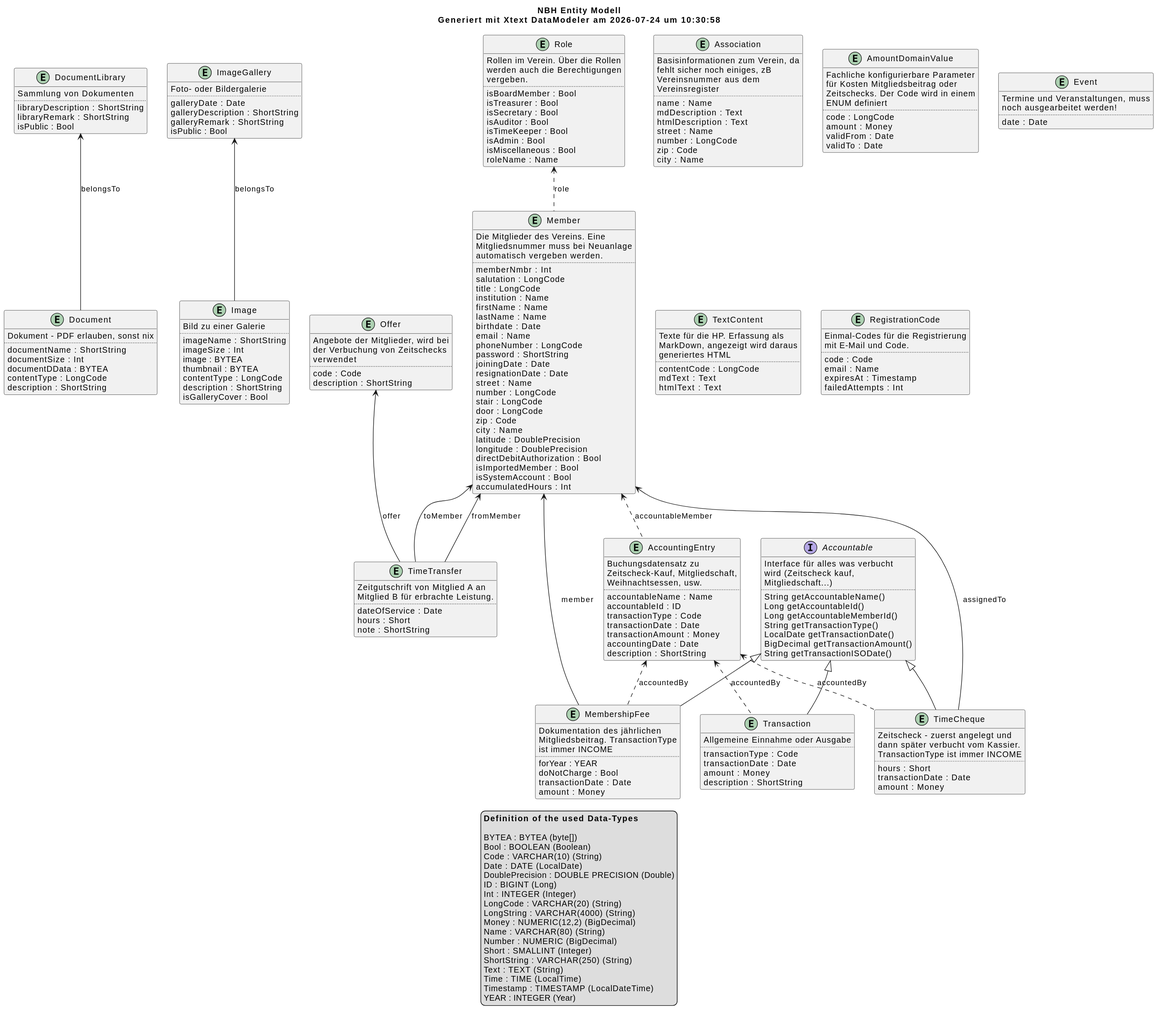
Above: NBH/NBH Entity Model.svg in nabahilfe/NBHWebApp (PlantUML), before the change.
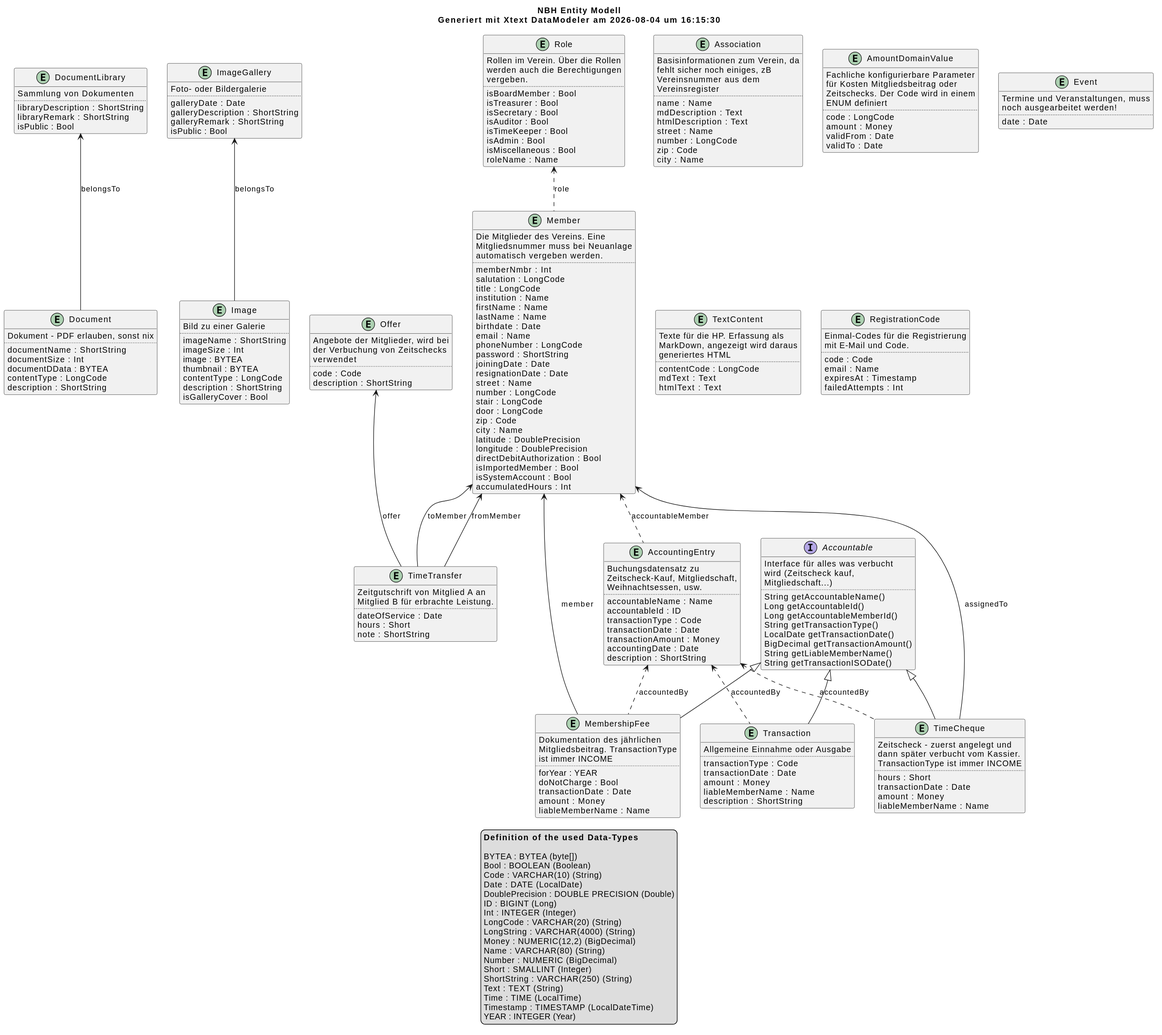
After the commit.

Commit message:
implement basics to display liable meber name #132

The edit, as a diff of the source:
```diff
@@ -4,7 +4,7 @@
 
 title
 NBH Entity Modell
-Generiert mit Xtext DataModeler am 2026-07-24 um 10:30:58
+Generiert mit Xtext DataModeler am 2026-08-04 um 16:15:30
 endtitle
 
 entity Association {
@@ -117,6 +117,7 @@
     {field} doNotCharge : Bool
     {field} transactionDate : Date
     {field} amount : Money
+    {field} liableMemberName : Name
 }
 entity TimeTransfer {
     Zeitgutschrift von Mitglied A an
@@ -134,6 +135,7 @@
     {field} hours : Short
     {field} transactionDate : Date
     {field} amount : Money
+    {field} liableMemberName : Name
 }
 entity AccountingEntry {
     Buchungsdatensatz zu
@@ -154,6 +156,7 @@
     {field} transactionType : Code
     {field} transactionDate : Date
     {field} amount : Money
+    {field} liableMemberName : Name
     {field} description : ShortString
 }
 entity ImageGallery {
@@ -203,6 +206,7 @@
     {method} String getTransactionType()
     {method} LocalDate getTransactionDate()
     {method} BigDecimal getTransactionAmount()
+    {method} String getLiableMemberName()
     {method} String getTransactionISODate()
 }
 
```
